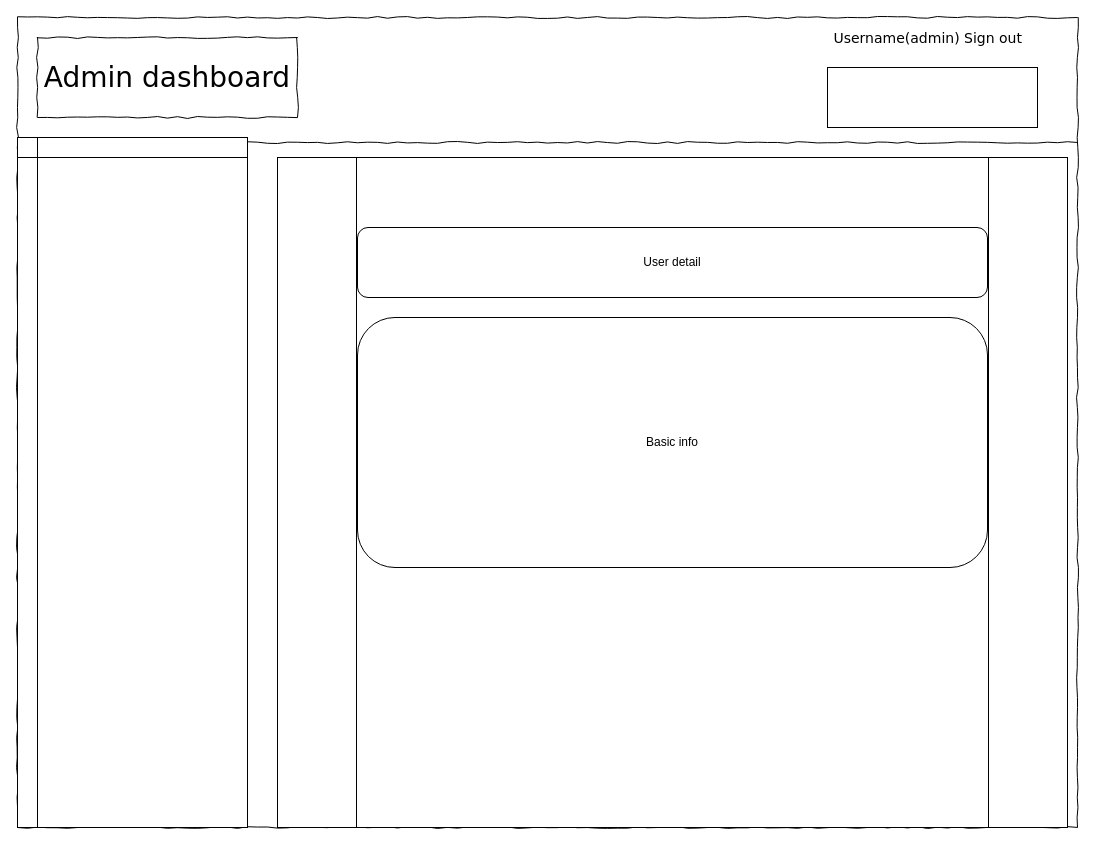
This is page "Page-2" (2 of 2) of Untitled Diagram.drawio from Gabegual/Section-Handout-5, a draw.io file, before an edit. Source tidied: cells renumbered, new cells numbered last; positions are measured from the earlier drawing's top-left corner, leaving out a move shared by most shapes. Both pictures are drawn from the tidied source at 100%, with x=0, y=0 at pixel (17, 17).
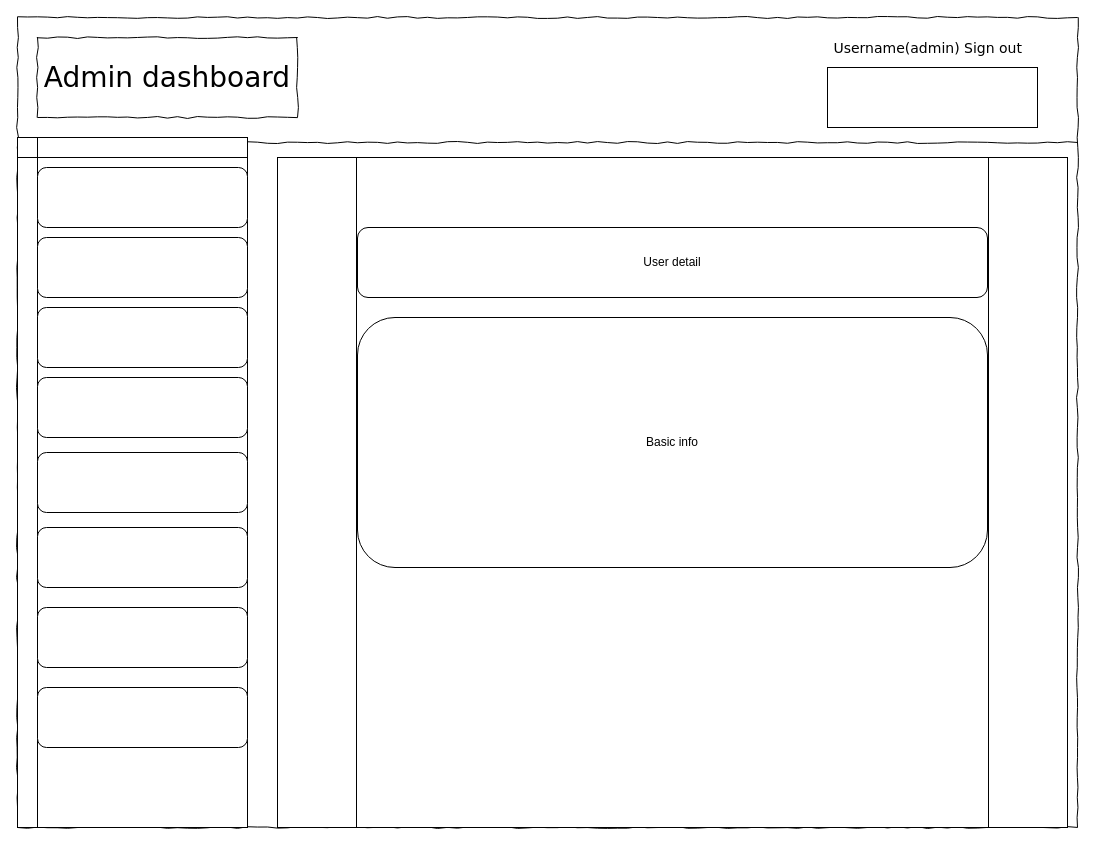
The same page after the edit.

Commit message:
Update admin page

The edit, as a diff of the source:
```diff
@@
 <mxGraphModel>
   <root>
     <mxCell id="0" />
     <mxCell id="1" parent="0" />
     <mxCell id="2" style="whiteSpace=wrap;html=1;rounded=0;shadow=0;labelBackgroundColor=none;strokeColor=#000000;strokeWidth=1;fillColor=none;fontFamily=Verdana;fontSize=12;fontColor=#000000;align=center;comic=1;" parent="1" vertex="1">
       <mxGeometry width="1060" height="810" as="geometry" />
     </mxCell>
     <mxCell id="3" value="Admin dashboard" style="whiteSpace=wrap;html=1;rounded=0;shadow=0;labelBackgroundColor=none;strokeWidth=1;fontFamily=Verdana;fontSize=28;align=center;comic=1;" parent="1" vertex="1">
       <mxGeometry x="20" y="20" width="260" height="80" as="geometry" />
     </mxCell>
     <mxCell id="4" value="&amp;nbsp;Username(admin) Sign out&amp;nbsp;" style="text;html=1;align=left;verticalAlign=top;spacingTop=-4;fontSize=14;fontFamily=Verdana;" parent="1" vertex="1">
-      <mxGeometry x="810" y="10" width="240" height="60" as="geometry" />
+      <mxGeometry x="810" y="20" width="240" height="60" as="geometry" />
     </mxCell>
     <mxCell id="5" style="line;strokeWidth=1;html=1;rounded=0;shadow=0;labelBackgroundColor=none;fillColor=none;fontFamily=Verdana;fontSize=14;fontColor=#000000;align=center;comic=1;" parent="1" vertex="1">
       <mxGeometry y="120" width="1060" height="10" as="geometry" />
     </mxCell>
     <mxCell id="6" style="shape=internalStorage;whiteSpace=wrap;html=1;backgroundOutline=1;" parent="1" vertex="1">
       <mxGeometry y="120" width="230" height="690" as="geometry" />
     </mxCell>
     <mxCell id="7" style="shape=process;whiteSpace=wrap;html=1;backgroundOutline=1;" parent="1" vertex="1">
       <mxGeometry x="260" y="140" width="790" height="670" as="geometry" />
     </mxCell>
     <mxCell id="8" value="User detail" style="rounded=1;whiteSpace=wrap;html=1;" parent="1" vertex="1">
       <mxGeometry x="340" y="210" width="630" height="70" as="geometry" />
     </mxCell>
     <mxCell id="9" value="Basic info" style="rounded=1;whiteSpace=wrap;html=1;" parent="1" vertex="1">
       <mxGeometry x="340" y="300" width="630" height="250" as="geometry" />
     </mxCell>
     <mxCell id="10" style="rounded=0;whiteSpace=wrap;html=1;" parent="1" vertex="1">
       <mxGeometry x="810" y="50" width="210" height="60" as="geometry" />
     </mxCell>
+    <mxCell id="11" style="rounded=1;whiteSpace=wrap;html=1;" parent="1" vertex="1">
+      <mxGeometry x="20" y="150" width="210" height="60" as="geometry" />
+    </mxCell>
+    <mxCell id="12" style="rounded=1;whiteSpace=wrap;html=1;" parent="1" vertex="1">
+      <mxGeometry x="20" y="220" width="210" height="60" as="geometry" />
+    </mxCell>
+    <mxCell id="13" style="rounded=1;whiteSpace=wrap;html=1;" parent="1" vertex="1">
+      <mxGeometry x="20" y="290" width="210" height="60" as="geometry" />
+    </mxCell>
+    <mxCell id="14" style="rounded=1;whiteSpace=wrap;html=1;" parent="1" vertex="1">
+      <mxGeometry x="20" y="360" width="210" height="60" as="geometry" />
+    </mxCell>
+    <mxCell id="15" style="rounded=1;whiteSpace=wrap;html=1;" parent="1" vertex="1">
+      <mxGeometry x="20" y="435" width="210" height="60" as="geometry" />
+    </mxCell>
+    <mxCell id="16" style="rounded=1;whiteSpace=wrap;html=1;" parent="1" vertex="1">
+      <mxGeometry x="20" y="510" width="210" height="60" as="geometry" />
+    </mxCell>
+    <mxCell id="17" style="rounded=1;whiteSpace=wrap;html=1;" parent="1" vertex="1">
+      <mxGeometry x="20" y="590" width="210" height="60" as="geometry" />
+    </mxCell>
+    <mxCell id="18" style="rounded=1;whiteSpace=wrap;html=1;" parent="1" vertex="1">
+      <mxGeometry x="20" y="670" width="210" height="60" as="geometry" />
+    </mxCell>
   </root>
 </mxGraphModel>
```
